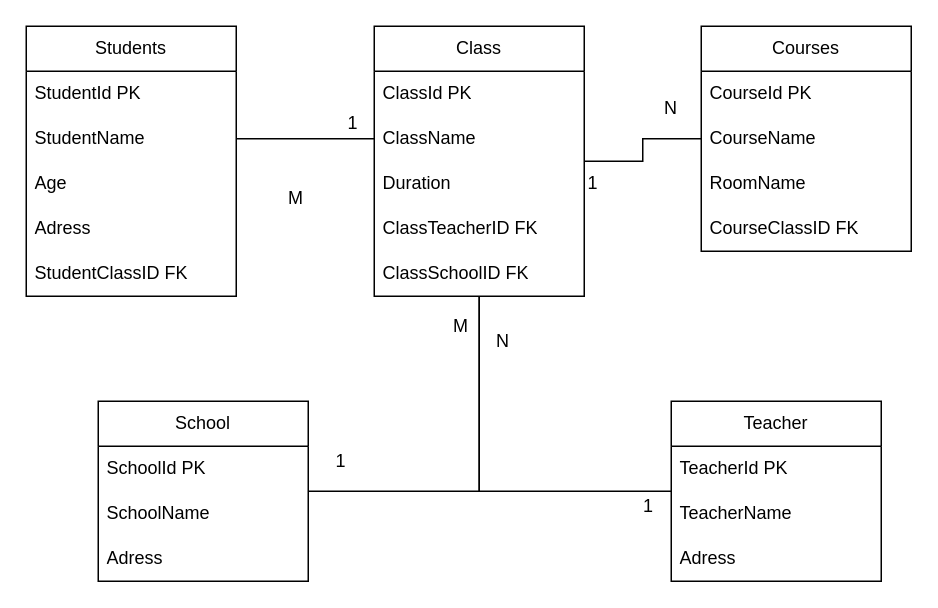
safstromo/dbLabbGrupp4 keeps this draw.io diagram as src/main/java/se/iths/GruppProjekt.drawio. Above is the earlier version. Source tidied: cells renumbered, new cells numbered last; positions are measured from the earlier drawing's top-left corner, leaving out a move shared by most shapes. Both pictures are drawn from the tidied source at 150%, with x=0, y=0 at pixel (26, 26).
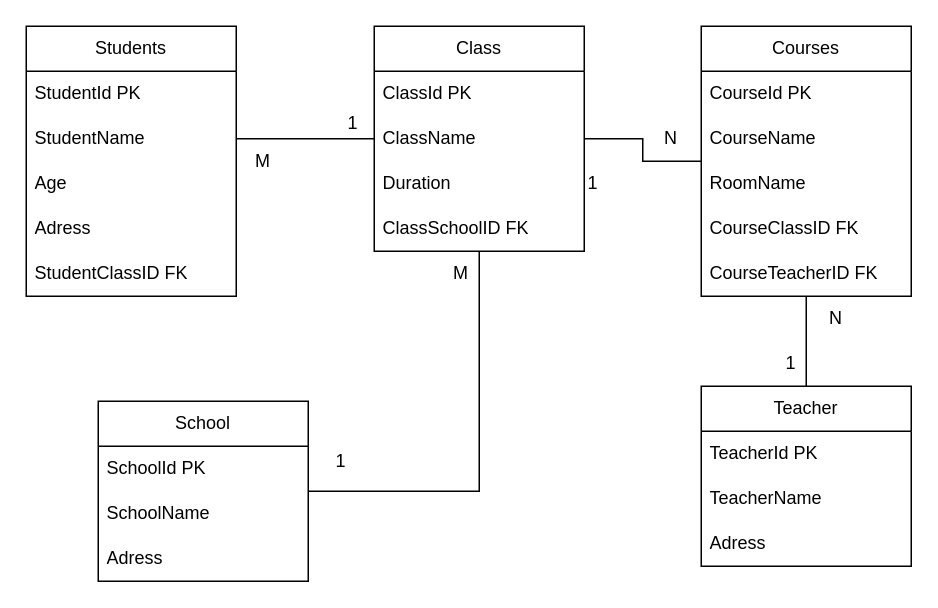
Above is the later version.

Change to the diagram source:
```diff
@@
     <mxCell id="9" value="Class" style="swimlane;fontStyle=0;horizontal=1;startSize=30;whiteSpace=wrap;html=1;" parent="1" vertex="1">
-      <mxGeometry x="232" width="140" height="180" as="geometry" />
+      <mxGeometry x="232" width="140" height="150" as="geometry" />
     </mxCell>
@@
-    <mxCell id="13" value="ClassTeacherID FK" style="text;strokeColor=none;fillColor=none;align=left;verticalAlign=middle;spacingLeft=4;spacingRight=4;overflow=hidden;whiteSpace=wrap;html=1;" parent="9" vertex="1">
-      <mxGeometry y="120" width="140" height="30" as="geometry" />
-    </mxCell>
     <mxCell id="14" value="ClassSchoolID FK" style="text;strokeColor=none;fillColor=none;align=left;verticalAlign=middle;spacingLeft=4;spacingRight=4;overflow=hidden;whiteSpace=wrap;html=1;" parent="9" vertex="1">
-      <mxGeometry y="150" width="140" height="30" as="geometry" />
+      <mxGeometry y="120" width="140" height="30" as="geometry" />
     </mxCell>
     <mxCell id="15" value="Courses" style="swimlane;fontStyle=0;horizontal=1;startSize=30;whiteSpace=wrap;html=1;" parent="1" vertex="1">
-      <mxGeometry x="450" width="140" height="150" as="geometry" />
+      <mxGeometry x="450" width="140" height="180" as="geometry" />
     </mxCell>
@@
+    <mxCell id="39" value="CourseTeacherID FK" style="text;strokeColor=none;fillColor=none;align=left;verticalAlign=middle;spacingLeft=4;spacingRight=4;overflow=hidden;whiteSpace=wrap;html=1;" parent="15" vertex="1">
+      <mxGeometry y="150" width="140" height="30" as="geometry" />
+    </mxCell>
@@
-    <mxCell id="25" style="edgeStyle=orthogonalEdgeStyle;rounded=0;jettySize=auto;html=1;endArrow=none;endFill=0;" parent="1" edge="1" source="26" target="9">
-      <mxGeometry relative="1" as="geometry" />
-    </mxCell>
+    <mxCell id="40" style="edgeStyle=orthogonalEdgeStyle;rounded=0;jettySize=auto;html=1;endArrow=none;endFill=0;" parent="1" edge="1" source="26" target="15">
+      <mxGeometry relative="1" as="geometry" />
+    </mxCell>
     <mxCell id="26" value="Teacher" style="swimlane;fontStyle=0;horizontal=1;startSize=30;whiteSpace=wrap;html=1;" parent="1" vertex="1">
-      <mxGeometry x="430" y="250" width="140" height="120" as="geometry" />
+      <mxGeometry x="450" y="240" width="140" height="120" as="geometry" />
     </mxCell>
@@
     <mxCell id="31" value="M" style="text;html=1;strokeColor=none;fillColor=none;align=center;verticalAlign=middle;whiteSpace=wrap;rounded=0;" parent="1" vertex="1">
-      <mxGeometry x="150" y="100" width="60" height="30" as="geometry" />
+      <mxGeometry x="128" y="75" width="60" height="30" as="geometry" />
     </mxCell>
@@
     <mxCell id="34" value="N" style="text;html=1;strokeColor=none;fillColor=none;align=center;verticalAlign=middle;whiteSpace=wrap;rounded=0;" parent="1" vertex="1">
-      <mxGeometry x="400" y="40" width="60" height="30" as="geometry" />
+      <mxGeometry x="400" y="60" width="60" height="30" as="geometry" />
     </mxCell>
     <mxCell id="35" value="M" style="text;html=1;strokeColor=none;fillColor=none;align=center;verticalAlign=middle;whiteSpace=wrap;rounded=0;" parent="1" vertex="1">
-      <mxGeometry x="260" y="185" width="60" height="30" as="geometry" />
+      <mxGeometry x="260" y="150" width="60" height="30" as="geometry" />
     </mxCell>
@@
     <mxCell id="37" value="N" style="text;html=1;strokeColor=none;fillColor=none;align=center;verticalAlign=middle;whiteSpace=wrap;rounded=0;" parent="1" vertex="1">
-      <mxGeometry x="288" y="195" width="60" height="30" as="geometry" />
+      <mxGeometry x="510" y="180" width="60" height="30" as="geometry" />
     </mxCell>
     <mxCell id="38" value="1" style="text;html=1;strokeColor=none;fillColor=none;align=center;verticalAlign=middle;whiteSpace=wrap;rounded=0;" parent="1" vertex="1">
-      <mxGeometry x="385" y="305" width="60" height="30" as="geometry" />
+      <mxGeometry x="480" y="210" width="60" height="30" as="geometry" />
     </mxCell>
```
